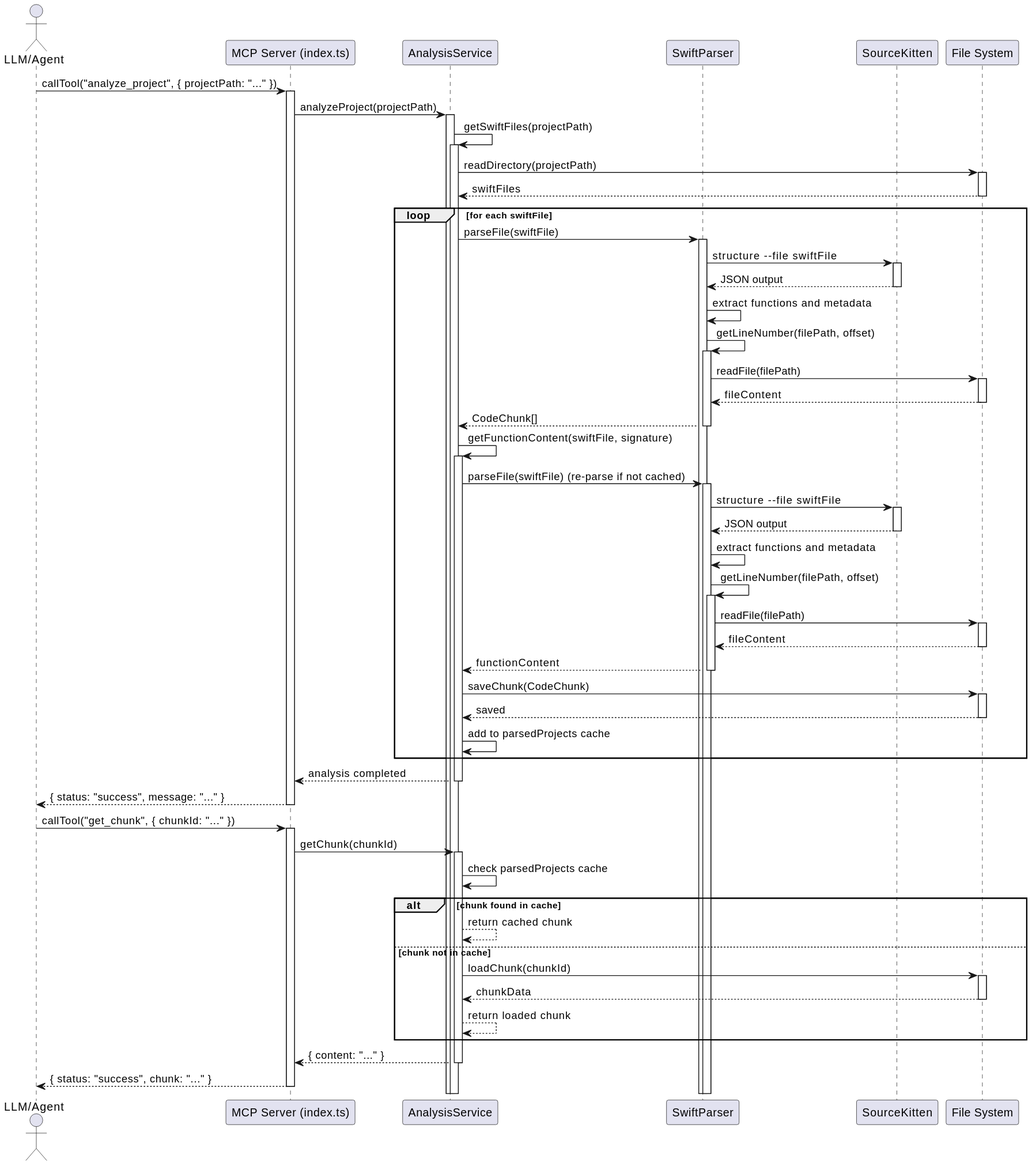
Above: doc/diagrams/sequence_diagram.svg in aoitan/project-analyzer-mcp (PlantUML), before the change. The source it was exported from:
```plantuml
@startuml
actor "LLM/Agent" as LLM
participant "MCP Server (index.ts)" as Server
participant "AnalysisService" as AS
participant "SwiftParser" as SP
participant "SourceKitten" as SK
participant "File System" as FS

LLM -> Server: callTool("analyze_project", { projectPath: "..." })
activate Server
Server -> AS: analyzeProject(projectPath)
activate AS
AS -> AS: getSwiftFiles(projectPath)
activate AS
AS -> FS: readDirectory(projectPath)
activate FS
FS --> AS: swiftFiles
deactivate FS
loop for each swiftFile
  AS -> SP: parseFile(swiftFile)
  activate SP
  SP -> SK: structure --file swiftFile
  activate SK
  SK --> SP: JSON output
  deactivate SK
  SP -> SP: extract functions and metadata
  SP -> SP: getLineNumber(filePath, offset)
  activate SP
  SP -> FS: readFile(filePath)
  activate FS
  FS --> SP: fileContent
  deactivate FS
  SP --> AS: CodeChunk[]
  deactivate SP
  AS -> AS: getFunctionContent(swiftFile, signature)
  activate AS
  AS -> SP: parseFile(swiftFile) (re-parse if not cached)
  activate SP
  SP -> SK: structure --file swiftFile
  activate SK
  SK --> SP: JSON output
  deactivate SK
  SP -> SP: extract functions and metadata
  SP -> SP: getLineNumber(filePath, offset)
  activate SP
  SP -> FS: readFile(filePath)
  activate FS
  FS --> SP: fileContent
  deactivate FS
  SP --> AS: functionContent
  deactivate SP
  AS -> FS: saveChunk(CodeChunk)
  activate FS
  FS --> AS: saved
  deactivate FS
  AS -> AS: add to parsedProjects cache
end
AS --> Server: analysis completed
deactivate AS
Server --> LLM: { status: "success", message: "..." }
deactivate Server

LLM -> Server: callTool("get_chunk", { chunkId: "..." })
activate Server
Server -> AS: getChunk(chunkId)
activate AS
AS -> AS: check parsedProjects cache
alt chunk found in cache
  AS --> AS: return cached chunk
else chunk not in cache
  AS -> FS: loadChunk(chunkId)
  activate FS
  FS --> AS: chunkData
  deactivate FS
  AS --> AS: return loaded chunk
end
AS --> Server: { content: "..." }
deactivate AS
Server --> LLM: { status: "success", chunk: "..." }
deactivate Server
@enduml
```
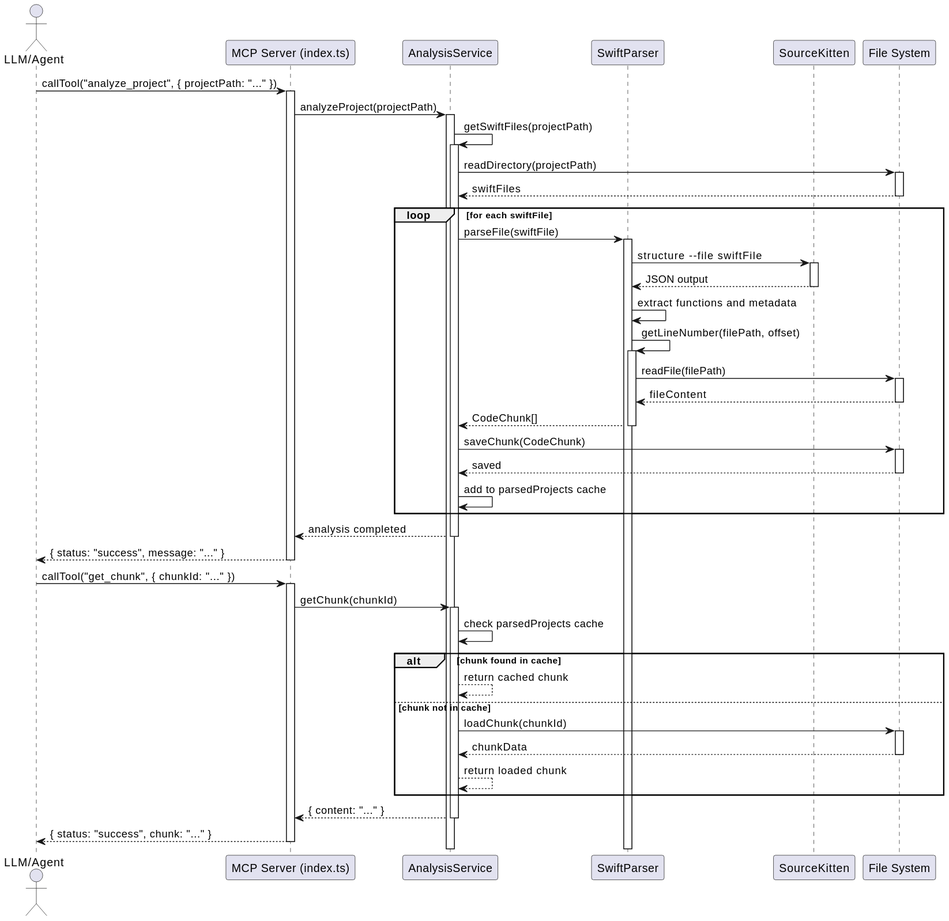
The same file after the commit.

Change to the diagram source:
```diff
@@ -32,23 +32,6 @@
   deactivate FS
   SP --> AS: CodeChunk[]
   deactivate SP
-  AS -> AS: getFunctionContent(swiftFile, signature)
-  activate AS
-  AS -> SP: parseFile(swiftFile) (re-parse if not cached)
-  activate SP
-  SP -> SK: structure --file swiftFile
-  activate SK
-  SK --> SP: JSON output
-  deactivate SK
-  SP -> SP: extract functions and metadata
-  SP -> SP: getLineNumber(filePath, offset)
-  activate SP
-  SP -> FS: readFile(filePath)
-  activate FS
-  FS --> SP: fileContent
-  deactivate FS
-  SP --> AS: functionContent
-  deactivate SP
   AS -> FS: saveChunk(CodeChunk)
   activate FS
   FS --> AS: saved
```
